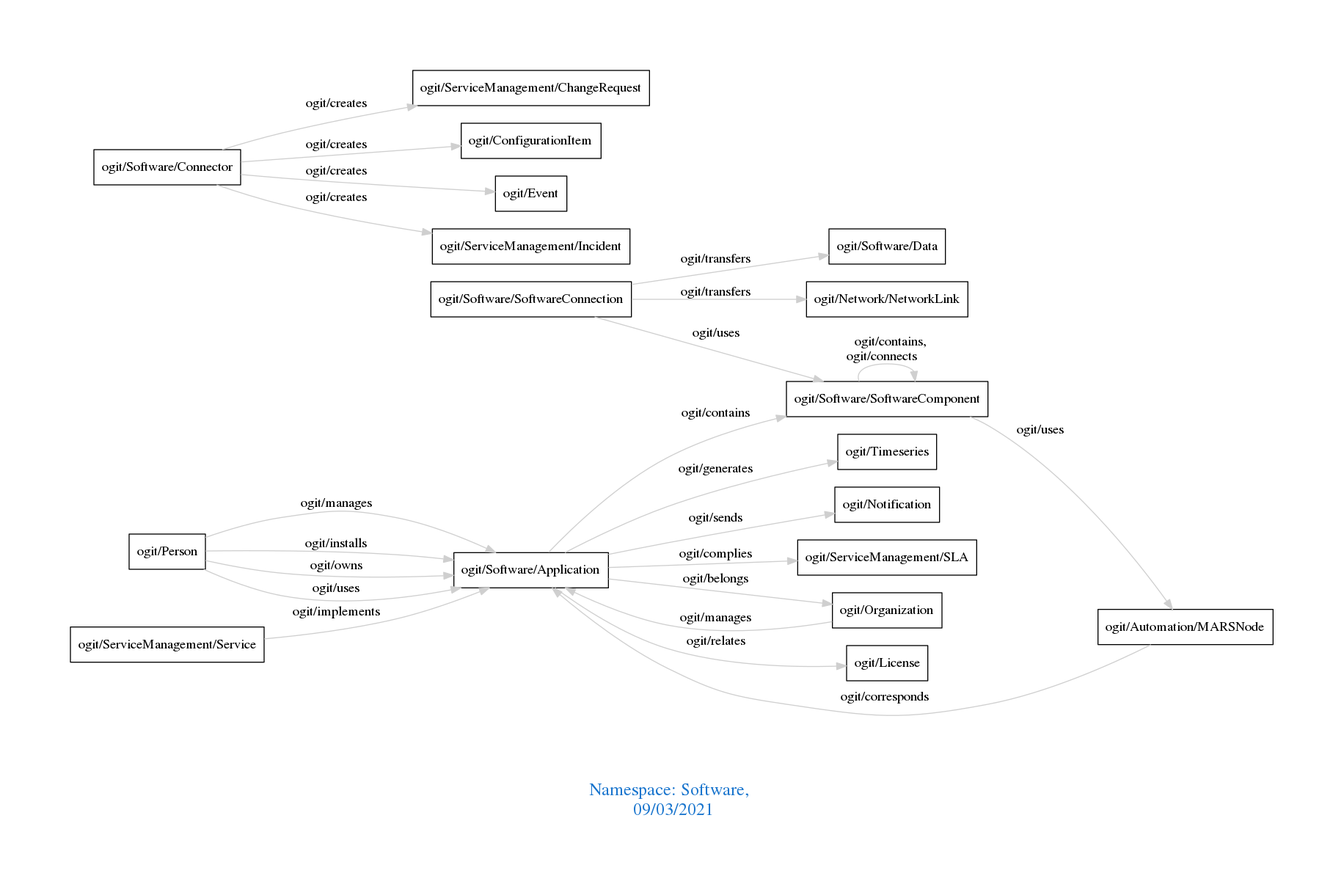
The Graphviz diagram downloads/Software.png in arago/OGIT, before a commit. Its source is kept beside it as downloads/Software.dot.
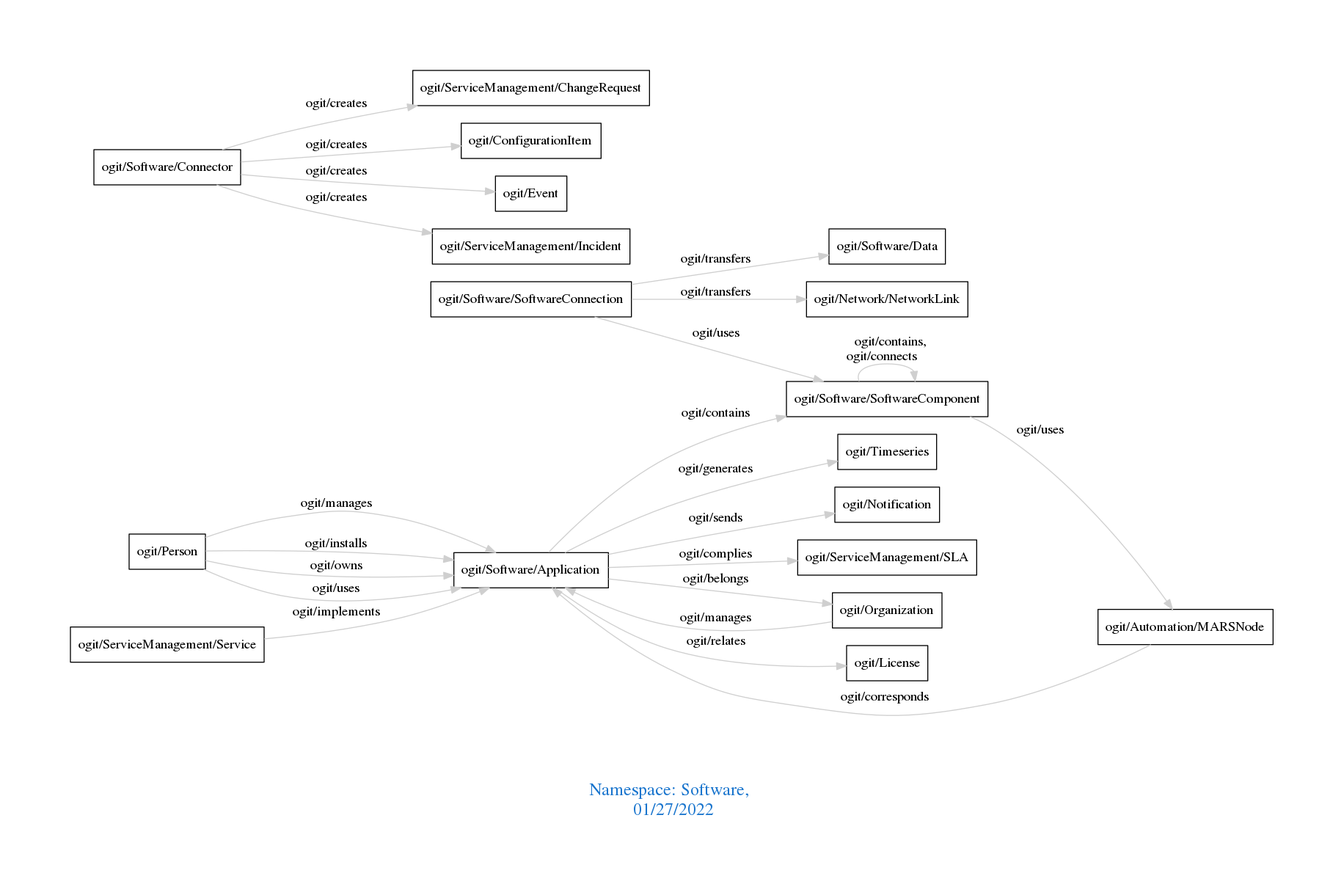
Later version of the same file.

What changed in the source:
```diff
@@ -1,7 +1,7 @@
 digraph OGIT_ontology {
  graph [ rankdir= LR,pad=1
 fontsize = 18,
-fontcolor= dodgerblue3,label = "\n\n\nNamespace: Software, \n 09/03/2021"];
+fontcolor= dodgerblue3,label = "\n\n\nNamespace: Software, \n 01/27/2022"];
 node[shape=polygon];
 edge [  color="gray81"];
 
@@ -22,8 +22,8 @@
    "ogit/ServiceManagement/Service" -> "ogit/Software/Application" [label="   ogit/implements    "];
    "ogit/Person" -> "ogit/Software/Application" [label="   ogit/owns    "];
    "ogit/Software/Application" -> "ogit/Organization" [label="   ogit/belongs    "];
+   "ogit/Software/SoftwareConnection" -> "ogit/Software/SoftwareComponent" [label="   ogit/uses    "];
    "ogit/Software/SoftwareComponent" -> "ogit/Automation/MARSNode" [label="   ogit/uses    "];
-   "ogit/Software/SoftwareConnection" -> "ogit/Software/SoftwareComponent" [label="   ogit/uses    "];
    "ogit/Person" -> "ogit/Software/Application" [label="   ogit/uses    "];
    "ogit/Software/Application" -> "ogit/License" [label="   ogit/relates    "];
    "ogit/Software/SoftwareComponent" -> "ogit/Software/SoftwareComponent" [label="   ogit/contains, \n ogit/connects    "];
```
